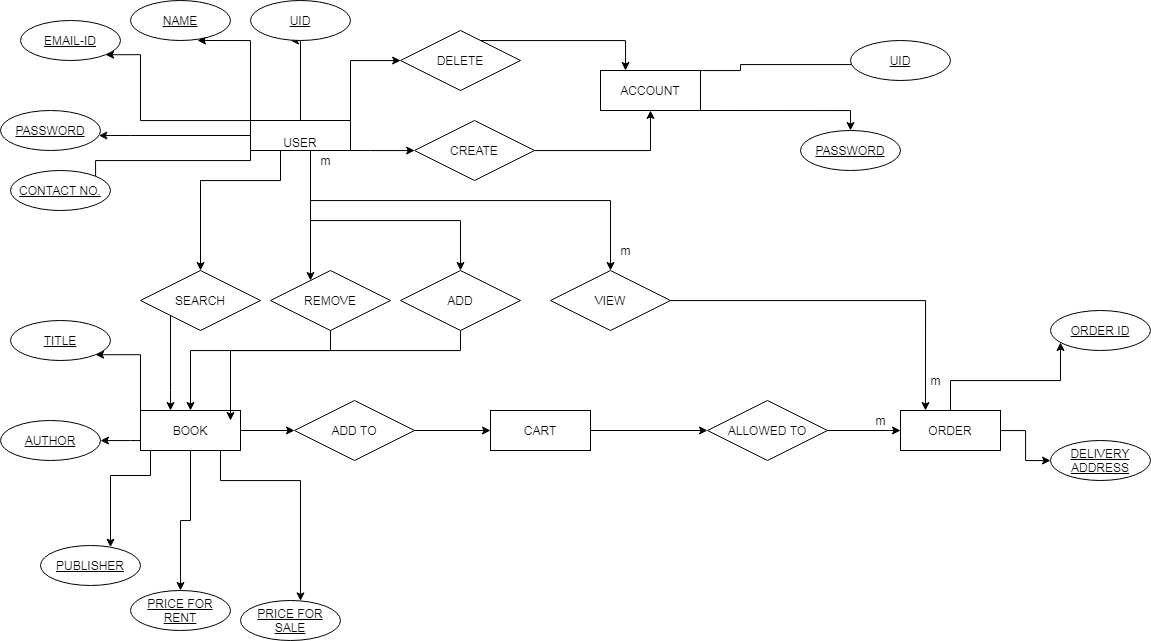
Above: Untitled Diagram.png in simsrpt/My-Project (draw.io), before the change. Source tidied: cells renumbered, new cells last; positions are measured from the earlier drawing's top-left corner, leaving out a move shared by most shapes.
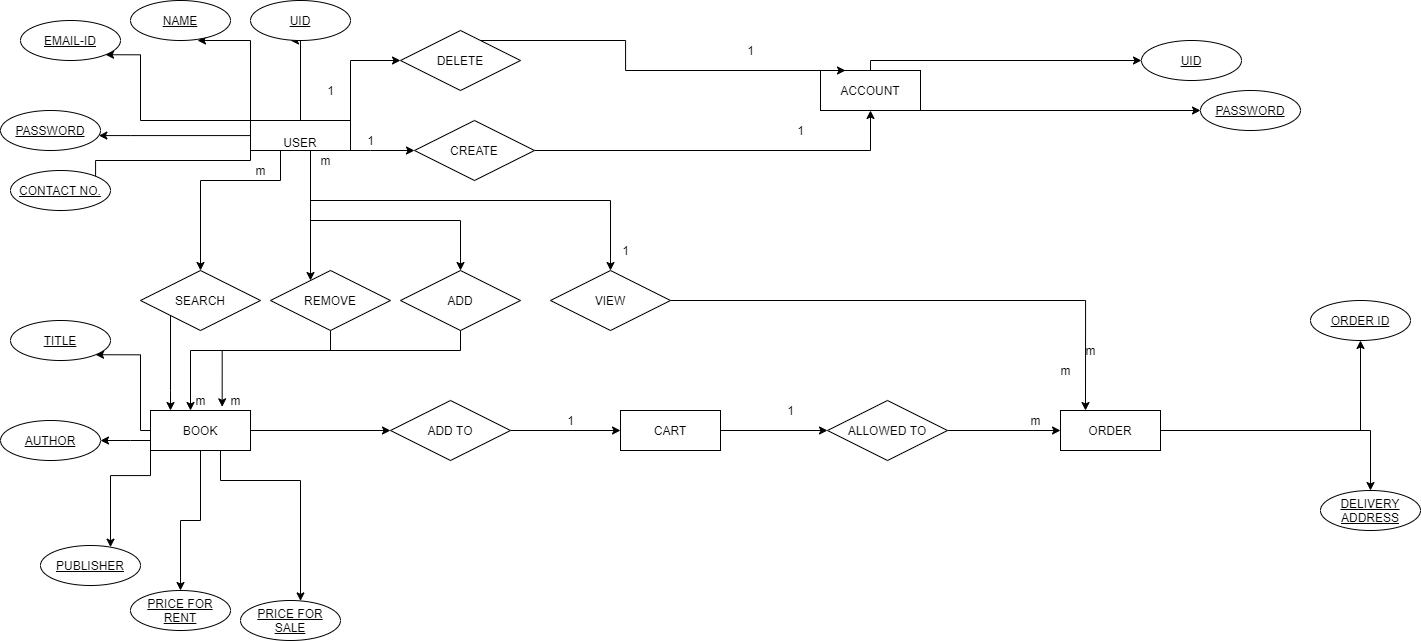
Above is the later version.

Change to the diagram source:
```diff
@@ -2,23 +2,22 @@
   <root>
     <mxCell id="0" />
     <mxCell id="1" parent="0" />
+    <mxCell id="3" style="edgeStyle=orthogonalEdgeStyle;rounded=0;jettySize=auto;html=1;" parent="1" edge="1" source="4" target="53">
+      <mxGeometry relative="1" as="geometry">
+        <Array as="points">
+          <mxPoint x="850" y="110" />
+        </Array>
+      </mxGeometry>
+    </mxCell>
-    <mxCell id="2" style="edgeStyle=orthogonalEdgeStyle;rounded=0;jettySize=auto;html=1;entryX=0;entryY=1;entryDx=0;entryDy=0;" parent="1" edge="1" source="4" target="54">
+    <mxCell id="2" style="edgeStyle=orthogonalEdgeStyle;rounded=0;jettySize=auto;html=1;" parent="1" edge="1" source="4" target="54">
       <mxGeometry relative="1" as="geometry">
         <Array as="points">
-          <mxPoint x="740" y="70" />
-          <mxPoint x="740" y="64" />
+          <mxPoint x="870" y="60" />
         </Array>
       </mxGeometry>
     </mxCell>
-    <mxCell id="3" style="edgeStyle=orthogonalEdgeStyle;rounded=0;jettySize=auto;html=1;" parent="1" edge="1" source="4" target="53">
-      <mxGeometry relative="1" as="geometry">
-        <Array as="points">
-          <mxPoint x="850" y="110" />
-        </Array>
-      </mxGeometry>
-    </mxCell>
     <mxCell id="4" value="ACCOUNT&lt;br&gt;" style="whiteSpace=wrap;html=1;align=center;" parent="1" vertex="1">
-      <mxGeometry x="600" y="70" width="100" height="40" as="geometry" />
+      <mxGeometry x="820" y="70" width="100" height="40" as="geometry" />
     </mxCell>
     <mxCell id="5" style="edgeStyle=orthogonalEdgeStyle;rounded=0;jettySize=auto;html=1;" parent="1" edge="1" source="16" target="56">
       <mxGeometry relative="1" as="geometry">
@@ -112,21 +111,16 @@
       <mxGeometry relative="1" as="geometry" />
     </mxCell>
     <mxCell id="18" value="CART" style="whiteSpace=wrap;html=1;align=center;" parent="1" vertex="1">
-      <mxGeometry x="490" y="410" width="100" height="40" as="geometry" />
+      <mxGeometry x="620" y="410" width="100" height="40" as="geometry" />
     </mxCell>
     <mxCell id="19" style="edgeStyle=orthogonalEdgeStyle;rounded=0;jettySize=auto;html=1;" parent="1" edge="1" source="21" target="46">
       <mxGeometry relative="1" as="geometry" />
     </mxCell>
-    <mxCell id="20" style="edgeStyle=orthogonalEdgeStyle;rounded=0;jettySize=auto;html=1;" parent="1" edge="1" source="21" target="51">
-      <mxGeometry relative="1" as="geometry">
-        <Array as="points">
-          <mxPoint x="950" y="380" />
-          <mxPoint x="1060" y="380" />
-        </Array>
-      </mxGeometry>
+    <mxCell id="20" style="edgeStyle=orthogonalEdgeStyle;rounded=0;jettySize=auto;html=1;entryX=0.5;entryY=1;entryDx=0;entryDy=0;" parent="1" edge="1" source="21" target="51">
+      <mxGeometry relative="1" as="geometry" />
     </mxCell>
     <mxCell id="21" value="ORDER&lt;br&gt;" style="whiteSpace=wrap;html=1;align=center;" parent="1" vertex="1">
-      <mxGeometry x="900" y="410" width="100" height="40" as="geometry" />
+      <mxGeometry x="1060" y="410" width="100" height="40" as="geometry" />
     </mxCell>
     <mxCell id="22" style="edgeStyle=orthogonalEdgeStyle;rounded=0;jettySize=auto;html=1;entryX=0;entryY=0.5;entryDx=0;entryDy=0;" parent="1" edge="1" source="28" target="40">
       <mxGeometry relative="1" as="geometry" />
@@ -166,16 +160,16 @@
       </mxGeometry>
     </mxCell>
     <mxCell id="28" value="BOOK" style="whiteSpace=wrap;html=1;align=center;" parent="1" vertex="1">
-      <mxGeometry x="140" y="410" width="100" height="40" as="geometry" />
+      <mxGeometry x="150" y="410" width="100" height="40" as="geometry" />
     </mxCell>
-    <mxCell id="29" style="edgeStyle=orthogonalEdgeStyle;rounded=0;jettySize=auto;html=1;entryX=0.9;entryY=0.25;entryDx=0;entryDy=0;entryPerimeter=0;" parent="1" edge="1" source="30" target="28">
-      <mxGeometry relative="1" as="geometry">
-        <Array as="points">
-          <mxPoint x="460" y="350" />
-          <mxPoint x="230" y="350" />
-        </Array>
-      </mxGeometry>
-    </mxCell>
+    <mxCell id="63" style="edgeStyle=orthogonalEdgeStyle;rounded=0;jettySize=auto;html=1;entryX=0.056;entryY=0.817;entryDx=0;entryDy=0;entryPerimeter=0;" parent="1" edge="1" source="30" target="68">
+      <mxGeometry relative="1" as="geometry">
+        <Array as="points">
+          <mxPoint x="460" y="350" />
+          <mxPoint x="222" y="350" />
+        </Array>
+      </mxGeometry>
+    </mxCell>
     <mxCell id="30" value="ADD&lt;br&gt;" style="shape=rhombus;perimeter=rhombusPerimeter;whiteSpace=wrap;html=1;align=center;" parent="1" vertex="1">
       <mxGeometry x="400" y="270" width="120" height="60" as="geometry" />
     </mxCell>
@@ -211,13 +205,13 @@
       <mxGeometry relative="1" as="geometry" />
     </mxCell>
     <mxCell id="38" value="ALLOWED TO&lt;br&gt;" style="shape=rhombus;perimeter=rhombusPerimeter;whiteSpace=wrap;html=1;align=center;" parent="1" vertex="1">
-      <mxGeometry x="707" y="400" width="120" height="60" as="geometry" />
+      <mxGeometry x="827" y="400" width="120" height="60" as="geometry" />
     </mxCell>
     <mxCell id="39" style="edgeStyle=orthogonalEdgeStyle;rounded=0;jettySize=auto;html=1;" parent="1" edge="1" source="40" target="18">
       <mxGeometry relative="1" as="geometry" />
     </mxCell>
     <mxCell id="40" value="ADD TO" style="shape=rhombus;perimeter=rhombusPerimeter;whiteSpace=wrap;html=1;align=center;" parent="1" vertex="1">
-      <mxGeometry x="294" y="400" width="120" height="60" as="geometry" />
+      <mxGeometry x="390" y="400" width="120" height="60" as="geometry" />
     </mxCell>
     <mxCell id="41" style="edgeStyle=orthogonalEdgeStyle;rounded=0;jettySize=auto;html=1;entryX=0.25;entryY=0;entryDx=0;entryDy=0;" parent="1" edge="1" source="42" target="4">
       <mxGeometry relative="1" as="geometry">
@@ -239,7 +233,7 @@
       <mxGeometry x="250" width="100" height="40" as="geometry" />
     </mxCell>
     <mxCell id="46" value="DELIVERY ADDRESS&lt;br&gt;" style="ellipse;whiteSpace=wrap;html=1;align=center;fontStyle=4;" parent="1" vertex="1">
-      <mxGeometry x="1050" y="440" width="100" height="40" as="geometry" />
+      <mxGeometry x="1320" y="490" width="100" height="40" as="geometry" />
     </mxCell>
     <mxCell id="47" value="PRICE FOR SALE&lt;br&gt;" style="ellipse;whiteSpace=wrap;html=1;align=center;fontStyle=4;" parent="1" vertex="1">
       <mxGeometry x="240" y="600" width="100" height="40" as="geometry" />
@@ -254,16 +248,16 @@
       <mxGeometry x="40" y="545" width="100" height="40" as="geometry" />
     </mxCell>
     <mxCell id="51" value="ORDER ID&lt;br&gt;" style="ellipse;whiteSpace=wrap;html=1;align=center;fontStyle=4;" parent="1" vertex="1">
-      <mxGeometry x="1050" y="310" width="100" height="40" as="geometry" />
+      <mxGeometry x="1310" y="300" width="100" height="40" as="geometry" />
     </mxCell>
     <mxCell id="52" value="PRICE FOR RENT&lt;br&gt;" style="ellipse;whiteSpace=wrap;html=1;align=center;fontStyle=4;" parent="1" vertex="1">
       <mxGeometry x="130" y="590" width="100" height="40" as="geometry" />
     </mxCell>
     <mxCell id="53" value="PASSWORD&lt;br&gt;" style="ellipse;whiteSpace=wrap;html=1;align=center;fontStyle=4;" parent="1" vertex="1">
-      <mxGeometry x="800" y="130" width="100" height="40" as="geometry" />
+      <mxGeometry x="1200" y="90" width="100" height="40" as="geometry" />
     </mxCell>
     <mxCell id="54" value="UID&lt;br&gt;" style="ellipse;whiteSpace=wrap;html=1;align=center;fontStyle=4;" parent="1" vertex="1">
-      <mxGeometry x="850" y="40" width="100" height="40" as="geometry" />
+      <mxGeometry x="1141" y="40" width="100" height="40" as="geometry" />
     </mxCell>
     <mxCell id="55" value="CONTACT NO." style="ellipse;whiteSpace=wrap;html=1;align=center;fontStyle=4;" parent="1" vertex="1">
       <mxGeometry x="10" y="170" width="100" height="40" as="geometry" />
@@ -280,14 +274,44 @@
     <mxCell id="59" value="m" style="text;html=1;align=center;verticalAlign=middle;points=[];fillColor=none;strokeColor=none;rounded=0;" parent="1" vertex="1">
       <mxGeometry x="310" y="150" width="30" height="20" as="geometry" />
     </mxCell>
-    <mxCell id="60" value="m" style="text;html=1;align=center;verticalAlign=middle;fillColor=none;strokeColor=none;rounded=0;" parent="1" vertex="1">
-      <mxGeometry x="610" y="240" width="30" height="20" as="geometry" />
+    <mxCell id="60" value="1" style="text;html=1;align=center;verticalAlign=middle;fillColor=none;strokeColor=none;rounded=0;" parent="1" vertex="1">
+      <mxGeometry x="615" y="240" width="20" height="20" as="geometry" />
     </mxCell>
     <mxCell id="61" value="m" style="text;html=1;align=center;verticalAlign=middle;fillColor=none;strokeColor=none;rounded=0;" parent="1" vertex="1">
-      <mxGeometry x="865" y="410" width="30" height="20" as="geometry" />
+      <mxGeometry x="1020" y="410" width="30" height="20" as="geometry" />
     </mxCell>
     <mxCell id="62" value="m&lt;br&gt;" style="text;html=1;align=center;verticalAlign=middle;fillColor=none;strokeColor=none;rounded=0;" parent="1" vertex="1">
-      <mxGeometry x="920" y="370" width="30" height="20" as="geometry" />
+      <mxGeometry x="1050" y="360" width="30" height="20" as="geometry" />
     </mxCell>
+    <mxCell id="64" value="1" style="text;html=1;align=center;verticalAlign=middle;fillColor=none;strokeColor=none;rounded=0;" parent="1" vertex="1">
+      <mxGeometry x="560" y="410" width="20" height="20" as="geometry" />
+    </mxCell>
+    <mxCell id="65" value="1" style="text;html=1;align=center;verticalAlign=middle;fillColor=none;strokeColor=none;rounded=0;" parent="1" vertex="1">
+      <mxGeometry x="790" y="120" width="20" height="20" as="geometry" />
+    </mxCell>
+    <mxCell id="66" value="1" style="text;html=1;align=center;verticalAlign=middle;" parent="1" vertex="1">
+      <mxGeometry x="780" y="400" width="20" height="20" as="geometry" />
+    </mxCell>
+    <mxCell id="67" value="m" style="text;html=1;align=center;verticalAlign=middle;" parent="1" vertex="1">
+      <mxGeometry x="185" y="390" width="30" height="20" as="geometry" />
+    </mxCell>
+    <mxCell id="68" value="m" style="text;html=1;align=center;verticalAlign=middle;points=[];" parent="1" vertex="1">
+      <mxGeometry x="220" y="390" width="30" height="20" as="geometry" />
+    </mxCell>
+    <mxCell id="69" value="m" style="text;html=1;align=center;verticalAlign=middle;" parent="1" vertex="1">
+      <mxGeometry x="245" y="160" width="30" height="20" as="geometry" />
+    </mxCell>
+    <mxCell id="70" value="1" style="text;html=1;align=center;verticalAlign=middle;" parent="1" vertex="1">
+      <mxGeometry x="360" y="130" width="20" height="20" as="geometry" />
+    </mxCell>
+    <mxCell id="71" value="1" style="text;html=1;align=center;verticalAlign=middle;" parent="1" vertex="1">
+      <mxGeometry x="320" y="80" width="20" height="20" as="geometry" />
+    </mxCell>
+    <mxCell id="72" value="m" style="text;html=1;align=center;verticalAlign=middle;" parent="1" vertex="1">
+      <mxGeometry x="1075" y="340" width="30" height="20" as="geometry" />
+    </mxCell>
+    <mxCell id="73" value="1" style="text;html=1;align=center;verticalAlign=middle;" parent="1" vertex="1">
+      <mxGeometry x="740" y="40" width="20" height="20" as="geometry" />
+    </mxCell>
   </root>
 </mxGraphModel>
```
